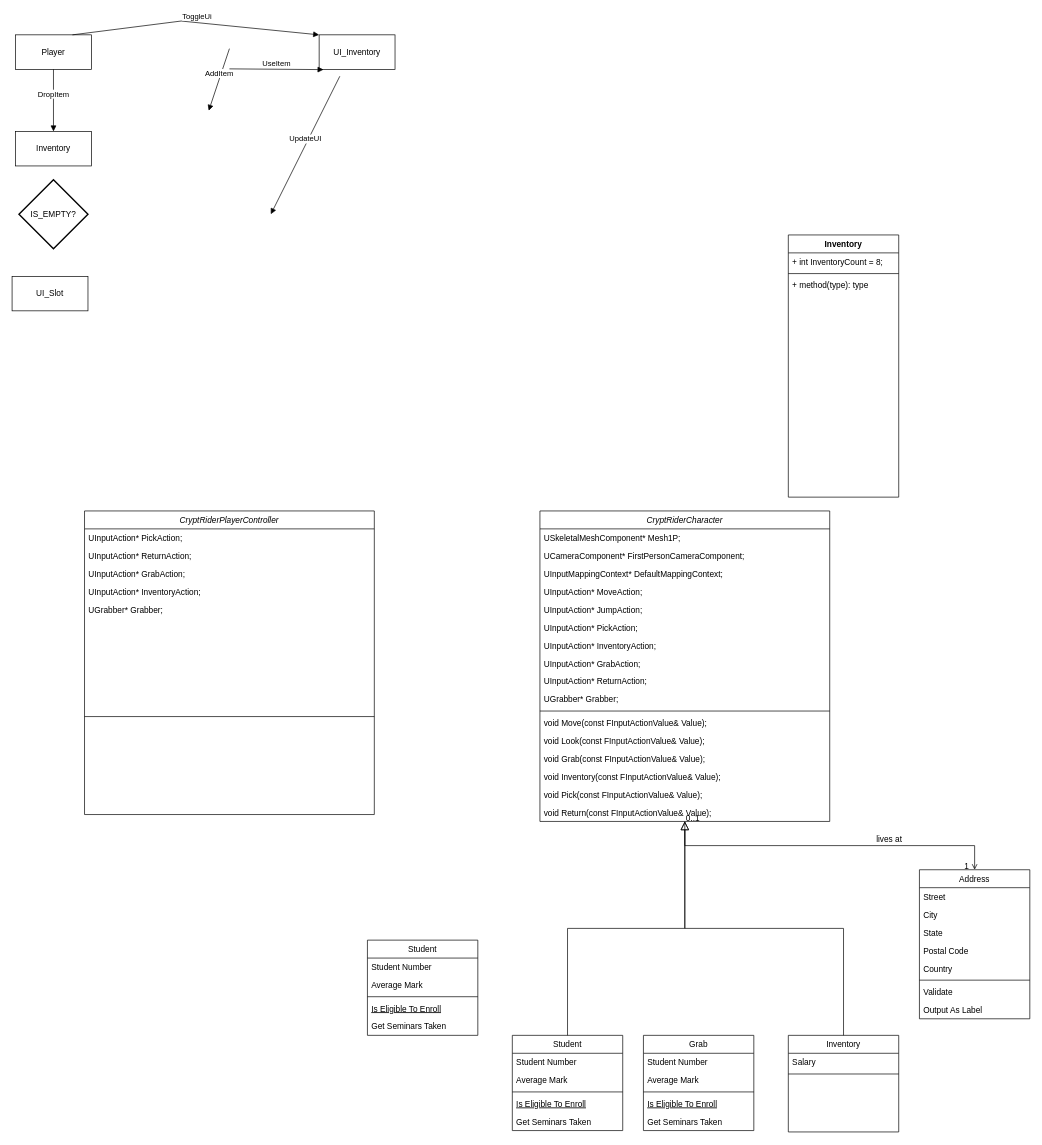
The draw.io diagram CryptRider.drawio in beeseo147/CryptRider, before the edit. Source tidied: cells renumbered, new cells numbered last; positions are measured from the earlier drawing's top-left corner, leaving out a move shared by most shapes. Both pictures are drawn from the tidied source at 69%, with x=0, y=0 at pixel (12, 21).
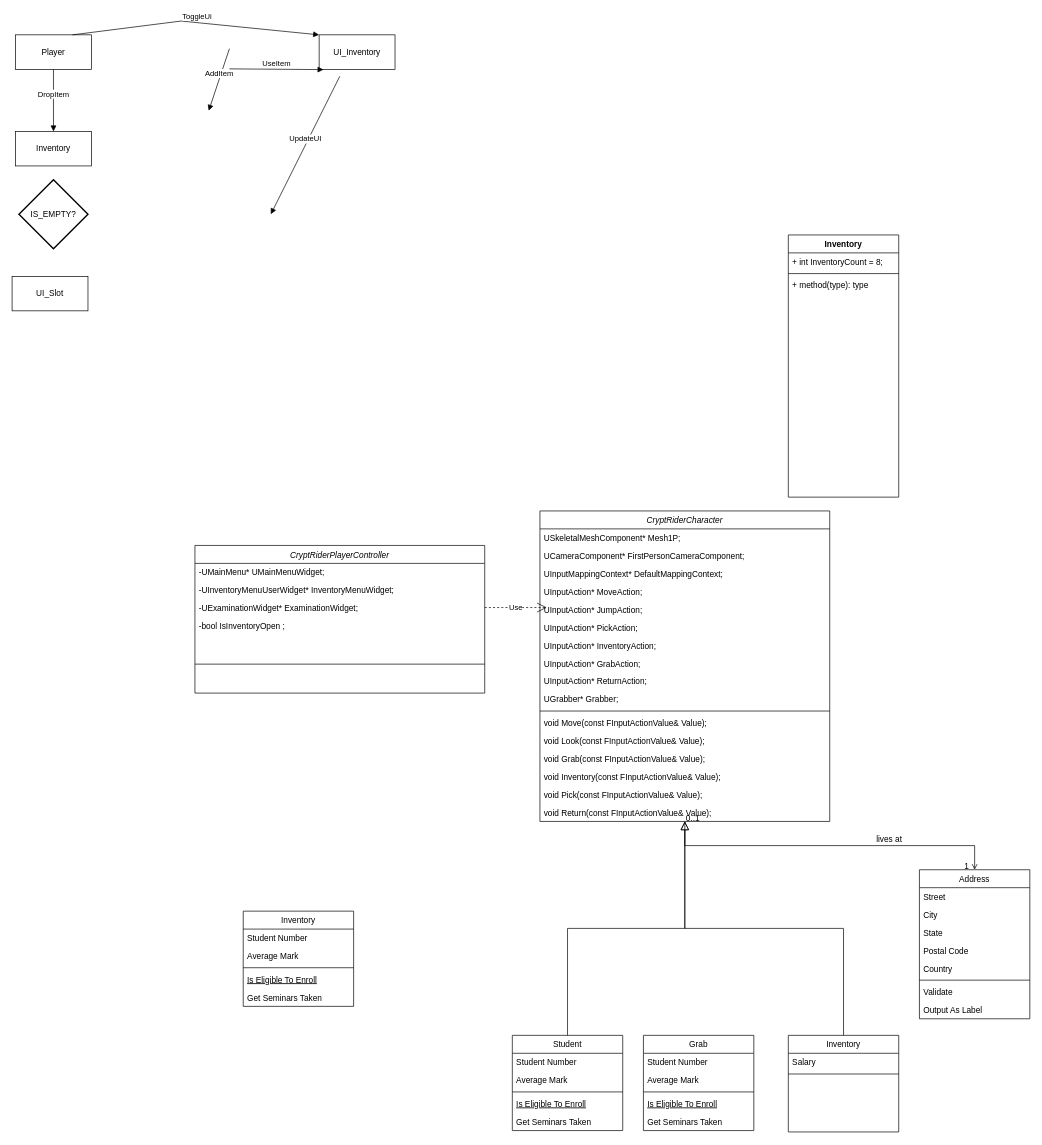
The same page after the edit.

The edit, as a diff of the source:
```diff
@@
-    <mxCell id="50" value="Student" style="swimlane;fontStyle=0;align=center;verticalAlign=top;horizontal=1;startSize=26;rounded=0;shadow=0;strokeWidth=1;" parent="1" vertex="1">
-      <mxGeometry x="515" y="1332" width="160" height="138" as="geometry" />
+    <mxCell id="50" value="Inventory" style="swimlane;fontStyle=0;align=center;verticalAlign=top;horizontal=1;startSize=26;rounded=0;shadow=0;strokeWidth=1;" parent="1" vertex="1">
+      <mxGeometry x="335" y="1290" width="160" height="138" as="geometry" />
     </mxCell>
@@
     <mxCell id="56" value="CryptRiderPlayerController&#10;" style="swimlane;fontStyle=2;align=center;verticalAlign=top;horizontal=1;startSize=26;rounded=0;shadow=0;strokeWidth=1;" parent="1" vertex="1">
-      <mxGeometry x="105" y="710" width="420" height="440" as="geometry" />
+      <mxGeometry x="265" y="760" width="420" height="214" as="geometry" />
     </mxCell>
-    <mxCell id="57" value="UInputAction* PickAction;" style="text;align=left;verticalAlign=top;spacingLeft=4;spacingRight=4;overflow=hidden;rounded=0;shadow=0;html=0;" parent="56" vertex="1">
+    <mxCell id="57" value="-UMainMenu* UMainMenuWidget;" style="text;align=left;verticalAlign=top;spacingLeft=4;spacingRight=4;overflow=hidden;rounded=0;shadow=0;html=0;" parent="56" vertex="1">
       <mxGeometry y="26" width="420" height="26" as="geometry" />
     </mxCell>
-    <mxCell id="58" value="UInputAction* ReturnAction;" style="text;align=left;verticalAlign=top;spacingLeft=4;spacingRight=4;overflow=hidden;rounded=0;shadow=0;html=0;" parent="56" vertex="1">
+    <mxCell id="58" value="-UInventoryMenuUserWidget* InventoryMenuWidget;" style="text;align=left;verticalAlign=top;spacingLeft=4;spacingRight=4;overflow=hidden;rounded=0;shadow=0;html=0;" parent="56" vertex="1">
       <mxGeometry y="52" width="420" height="26" as="geometry" />
     </mxCell>
-    <mxCell id="59" value="UInputAction* GrabAction;" style="text;align=left;verticalAlign=top;spacingLeft=4;spacingRight=4;overflow=hidden;rounded=0;shadow=0;html=0;" parent="56" vertex="1">
+    <mxCell id="59" value="-UExaminationWidget* ExaminationWidget;" style="text;align=left;verticalAlign=top;spacingLeft=4;spacingRight=4;overflow=hidden;rounded=0;shadow=0;html=0;" parent="56" vertex="1">
       <mxGeometry y="78" width="420" height="26" as="geometry" />
     </mxCell>
-    <mxCell id="60" value="UInputAction* InventoryAction;" style="text;align=left;verticalAlign=top;spacingLeft=4;spacingRight=4;overflow=hidden;rounded=0;shadow=0;html=0;" parent="56" vertex="1">
+    <mxCell id="60" value="-bool IsInventoryOpen ;" style="text;align=left;verticalAlign=top;spacingLeft=4;spacingRight=4;overflow=hidden;rounded=0;shadow=0;html=0;" parent="56" vertex="1">
       <mxGeometry y="104" width="420" height="26" as="geometry" />
     </mxCell>
-    <mxCell id="61" value="UGrabber* Grabber;" style="text;align=left;verticalAlign=top;spacingLeft=4;spacingRight=4;overflow=hidden;rounded=0;shadow=0;html=0;" parent="56" vertex="1">
-      <mxGeometry y="130" width="420" height="26" as="geometry" />
-    </mxCell>
     <mxCell id="62" style="line;html=1;strokeWidth=1;align=left;verticalAlign=middle;spacingTop=-1;spacingLeft=3;spacingRight=3;labelPosition=right;" parent="56" vertex="1">
-      <mxGeometry y="156" width="420" height="284" as="geometry" />
+      <mxGeometry y="130" width="420" height="84" as="geometry" />
     </mxCell>
@@
+    <mxCell id="77" value="Use" style="endArrow=open;endSize=12;dashed=1;html=1;rounded=0;" parent="1" edge="1">
+      <mxGeometry relative="1" as="geometry">
+        <mxPoint x="685" y="850" as="sourcePoint" />
+        <mxPoint x="775" y="850" as="targetPoint" />
+      </mxGeometry>
+    </mxCell>
```
